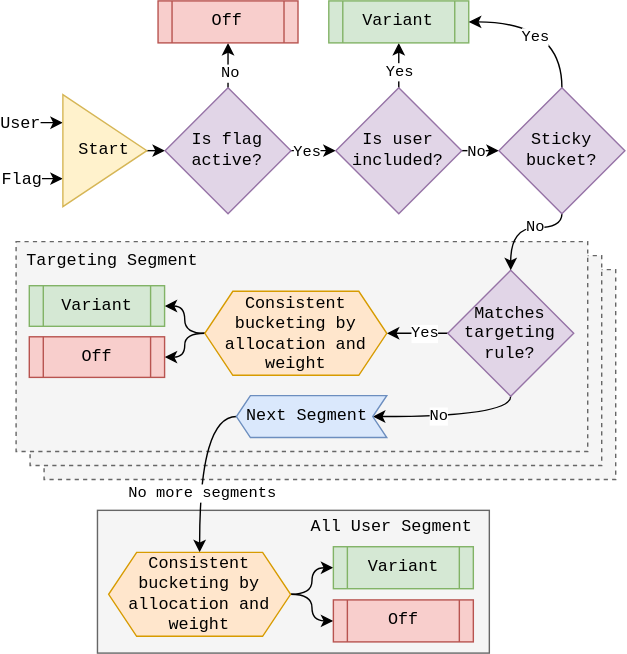
Before: docs/assets/images/experiment/evaluation-implementation.drawio.svg, a diagram exported from draw.io (Amplitude-Developer-Docs/amplitude-dev-center). Source tidied: cells renumbered, new cells last; positions are measured from the earlier drawing's top-left corner, leaving out a move shared by most shapes.
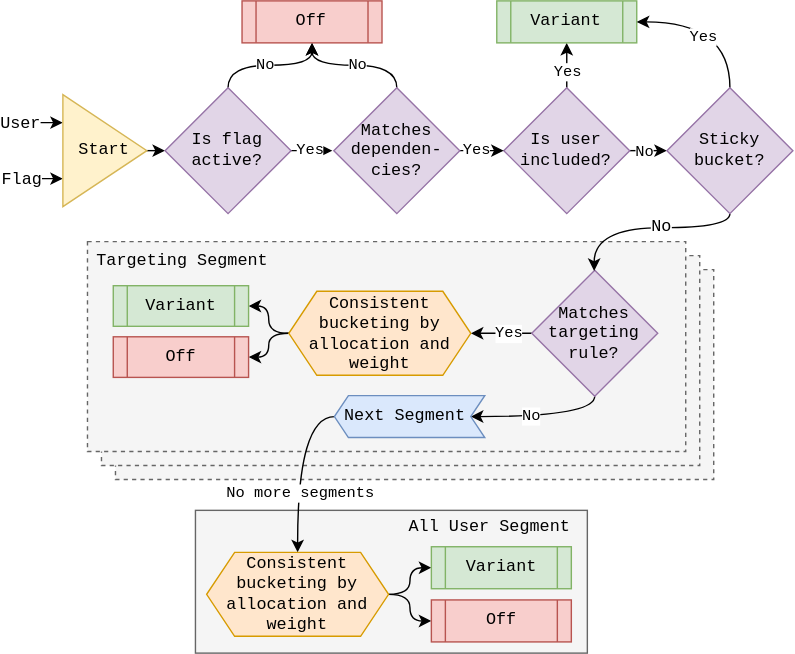
Above is the later version.

Change to the diagram source:
```diff
@@ -3,25 +3,25 @@
     <mxCell id="0" />
     <mxCell id="1" parent="0" />
     <mxCell id="2" style="rounded=0;whiteSpace=wrap;html=1;fontFamily=Courier New;fillColor=#f5f5f5;fontColor=#333333;strokeColor=#666666;dashed=1;" parent="1" vertex="1">
-      <mxGeometry x="24" y="192" width="408.4" height="150" as="geometry" />
+      <mxGeometry x="-45" y="192" width="427.4" height="150" as="geometry" />
     </mxCell>
     <mxCell id="3" style="rounded=0;whiteSpace=wrap;html=1;fontFamily=Courier New;fillColor=#f5f5f5;fontColor=#333333;strokeColor=#666666;dashed=1;" parent="1" vertex="1">
-      <mxGeometry x="14" y="182" width="408.4" height="150" as="geometry" />
+      <mxGeometry x="-55" y="182" width="427.4" height="150" as="geometry" />
     </mxCell>
     <mxCell id="4" style="rounded=0;whiteSpace=wrap;html=1;fontFamily=Courier New;fillColor=#f5f5f5;fontColor=#333333;strokeColor=#666666;dashed=1;" parent="1" vertex="1">
-      <mxGeometry x="4" y="172" width="408.4" height="150" as="geometry" />
+      <mxGeometry x="-65" y="172" width="427.4" height="150" as="geometry" />
     </mxCell>
     <mxCell id="5" style="rounded=0;whiteSpace=wrap;html=1;fontFamily=Courier New;fillColor=#f5f5f5;fontColor=#333333;strokeColor=#666666;" parent="1" vertex="1">
-      <mxGeometry x="62.1" y="364" width="280" height="102" as="geometry" />
+      <mxGeometry x="12.1" y="364" width="280" height="102" as="geometry" />
     </mxCell>
     <mxCell id="6" style="edgeStyle=none;html=1;exitX=1;exitY=0.5;exitDx=0;exitDy=0;entryX=0;entryY=0.5;entryDx=0;entryDy=0;fontFamily=Courier New;" parent="1" edge="1" target="16">
       <mxGeometry relative="1" as="geometry">
-        <mxPoint x="90.4" y="107" as="sourcePoint" />
+        <mxPoint x="-29.6" y="107" as="sourcePoint" />
       </mxGeometry>
     </mxCell>
     <mxCell id="7" style="edgeStyle=orthogonalEdgeStyle;curved=1;html=1;exitX=0;exitY=0.25;exitDx=0;exitDy=0;fontFamily=Courier New;fontSize=12;startArrow=classic;startFill=1;endArrow=none;endFill=0;" parent="1" edge="1" source="11">
       <mxGeometry relative="1" as="geometry">
-        <mxPoint y="87" as="targetPoint" />
+        <mxPoint x="-120" y="87" as="targetPoint" />
       </mxGeometry>
     </mxCell>
     <mxCell id="8" value="User" style="edgeLabel;html=1;align=center;verticalAlign=middle;fontSize=12;fontFamily=Courier New;" parent="7" vertex="1">
@@ -31,7 +31,7 @@
     </mxCell>
     <mxCell id="9" style="edgeStyle=orthogonalEdgeStyle;curved=1;html=1;exitX=0;exitY=0.75;exitDx=0;exitDy=0;fontFamily=Courier New;fontSize=12;startArrow=classic;startFill=1;endArrow=none;endFill=0;" parent="1" edge="1" source="11">
       <mxGeometry relative="1" as="geometry">
-        <mxPoint y="127" as="targetPoint" />
+        <mxPoint x="-120" y="127" as="targetPoint" />
       </mxGeometry>
     </mxCell>
     <mxCell id="10" value="Flag" style="edgeLabel;html=1;align=center;verticalAlign=middle;fontSize=12;fontFamily=Courier New;" parent="9" vertex="1">
@@ -40,27 +40,27 @@
       </mxGeometry>
     </mxCell>
     <mxCell id="11" value="Start&amp;nbsp;" style="triangle;whiteSpace=wrap;html=1;fontFamily=Courier New;fillColor=#fff2cc;strokeColor=#d6b656;" parent="1" vertex="1">
-      <mxGeometry x="37.4" y="67" width="60" height="80" as="geometry" />
+      <mxGeometry x="-82.6" y="67" width="60" height="80" as="geometry" />
     </mxCell>
-    <mxCell id="12" style="edgeStyle=none;html=1;fontFamily=Courier New;" parent="1" edge="1" source="16" target="22">
-      <mxGeometry relative="1" as="geometry" />
-    </mxCell>
-    <mxCell id="13" value="Yes" style="edgeLabel;html=1;align=center;verticalAlign=middle;fontFamily=Courier New;" parent="12" vertex="1">
-      <mxGeometry x="-0.04" y="-1" relative="1" as="geometry">
-        <mxPoint x="-4" y="-1" as="offset" />
-      </mxGeometry>
-    </mxCell>
     <mxCell id="14" style="edgeStyle=orthogonalEdgeStyle;curved=1;html=1;exitX=0.5;exitY=0;exitDx=0;exitDy=0;entryX=0.5;entryY=1;entryDx=0;entryDy=0;fontFamily=Courier New;" parent="1" edge="1" source="16" target="17">
       <mxGeometry relative="1" as="geometry" />
     </mxCell>
     <mxCell id="15" value="No" style="edgeLabel;html=1;align=center;verticalAlign=middle;fontFamily=Courier New;" parent="14" vertex="1">
-      <mxGeometry x="-0.32" y="-1" relative="1" as="geometry" />
+      <mxGeometry x="-0.32" y="-1" relative="1" as="geometry">
+        <mxPoint x="11" y="-2" as="offset" />
+      </mxGeometry>
     </mxCell>
+    <mxCell id="49" value="&lt;font face=&quot;Courier New&quot;&gt;Yes&lt;/font&gt;" style="edgeStyle=none;html=1;" parent="1" edge="1">
+      <mxGeometry relative="1" as="geometry">
+        <mxPoint x="79.4" y="107" as="sourcePoint" />
+        <mxPoint x="110" y="107" as="targetPoint" />
+      </mxGeometry>
+    </mxCell>
     <mxCell id="16" value="Is flag active?" style="rhombus;whiteSpace=wrap;html=1;fontFamily=Courier New;fillColor=#e1d5e7;strokeColor=#9673a6;" parent="1" vertex="1">
-      <mxGeometry x="110.4" y="62" width="90" height="90" as="geometry" />
+      <mxGeometry x="-9.6" y="62" width="90" height="90" as="geometry" />
     </mxCell>
     <mxCell id="17" value="Off" style="shape=process;whiteSpace=wrap;html=1;backgroundOutline=1;fontFamily=Courier New;fillColor=#f8cecc;strokeColor=#b85450;" parent="1" vertex="1">
-      <mxGeometry x="105.4" width="100" height="30" as="geometry" />
+      <mxGeometry x="45.4" width="100" height="30" as="geometry" />
     </mxCell>
     <mxCell id="18" style="edgeStyle=orthogonalEdgeStyle;curved=1;html=1;exitX=0.5;exitY=0;exitDx=0;exitDy=0;entryX=0.5;entryY=1;entryDx=0;entryDy=0;fontFamily=Courier New;" parent="1" edge="1" source="22" target="23">
       <mxGeometry relative="1" as="geometry" />
@@ -97,7 +97,7 @@
       <mxGeometry x="-0.21" relative="1" as="geometry" />
     </mxCell>
     <mxCell id="28" value="&amp;nbsp;Matches&lt;br&gt;targeting rule?" style="rhombus;whiteSpace=wrap;html=1;fontFamily=Courier New;fillColor=#e1d5e7;strokeColor=#9673a6;" parent="1" vertex="1">
-      <mxGeometry x="312.4" y="192.5" width="90" height="90" as="geometry" />
+      <mxGeometry x="252.4" y="192.5" width="90" height="90" as="geometry" />
     </mxCell>
     <mxCell id="29" style="edgeStyle=orthogonalEdgeStyle;curved=1;html=1;exitX=0;exitY=0.5;exitDx=0;exitDy=0;entryX=1;entryY=0.5;entryDx=0;entryDy=0;fontFamily=Courier New;fontColor=none;" parent="1" edge="1" source="31" target="32">
       <mxGeometry relative="1" as="geometry" />
@@ -106,10 +106,10 @@
       <mxGeometry relative="1" as="geometry" />
     </mxCell>
     <mxCell id="31" value="Consistent bucketing by allocation and weight" style="shape=hexagon;perimeter=hexagonPerimeter2;whiteSpace=wrap;html=1;fixedSize=1;fontFamily=Courier New;fillColor=#ffe6cc;strokeColor=#d79b00;" parent="1" vertex="1">
-      <mxGeometry x="138.9" y="207.5" width="130" height="60" as="geometry" />
+      <mxGeometry x="78.9" y="207.5" width="130" height="60" as="geometry" />
     </mxCell>
     <mxCell id="32" value="Variant" style="shape=process;whiteSpace=wrap;html=1;backgroundOutline=1;fontFamily=Courier New;fillColor=#d5e8d4;strokeColor=#82b366;" parent="1" vertex="1">
-      <mxGeometry x="13.4" y="203.5" width="96.7" height="29" as="geometry" />
+      <mxGeometry x="-46.6" y="203.5" width="96.7" height="29" as="geometry" />
     </mxCell>
     <mxCell id="33" style="edgeStyle=orthogonalEdgeStyle;curved=1;html=1;exitX=1;exitY=0.5;exitDx=0;exitDy=0;entryX=0;entryY=0.5;entryDx=0;entryDy=0;fontFamily=Courier New;" parent="1" edge="1" source="48" target="35">
       <mxGeometry relative="1" as="geometry" />
@@ -118,10 +118,10 @@
       <mxGeometry relative="1" as="geometry" />
     </mxCell>
     <mxCell id="35" value="Variant" style="shape=process;whiteSpace=wrap;html=1;backgroundOutline=1;fontFamily=Courier New;fillColor=#d5e8d4;strokeColor=#82b366;" parent="1" vertex="1">
-      <mxGeometry x="230.7" y="390" width="100" height="30" as="geometry" />
+      <mxGeometry x="180.7" y="390" width="100" height="30" as="geometry" />
     </mxCell>
     <mxCell id="36" value="Off" style="shape=process;whiteSpace=wrap;html=1;backgroundOutline=1;fontFamily=Courier New;fillColor=#f8cecc;strokeColor=#b85450;" parent="1" vertex="1">
-      <mxGeometry x="230.7" y="428" width="100" height="30" as="geometry" />
+      <mxGeometry x="180.7" y="428" width="100" height="30" as="geometry" />
     </mxCell>
     <mxCell id="37" style="edgeStyle=orthogonalEdgeStyle;curved=1;html=1;exitX=1;exitY=0.5;exitDx=0;exitDy=0;exitPerimeter=0;fontFamily=Courier New;fontColor=none;entryX=0.5;entryY=0;entryDx=0;entryDy=0;" parent="1" edge="1" source="39" target="48">
       <mxGeometry relative="1" as="geometry" />
@@ -132,19 +132,19 @@
       </mxGeometry>
     </mxCell>
     <mxCell id="39" style="html=1;shadow=0;dashed=0;align=center;verticalAlign=middle;shape=mxgraph.arrows2.arrow;dy=0;dx=10;notch=10;fontFamily=Courier New;rotation=-180;fillColor=#dae8fc;strokeColor=#6c8ebf;" parent="1" vertex="1">
-      <mxGeometry x="161.4" y="282" width="107.4" height="30" as="geometry" />
+      <mxGeometry x="111.4" y="282" width="107.4" height="30" as="geometry" />
     </mxCell>
     <mxCell id="40" value="Next Segment" style="text;html=1;strokeColor=none;fillColor=none;align=center;verticalAlign=middle;whiteSpace=wrap;rounded=0;fontFamily=Courier New;fontColor=none;" parent="1" vertex="1">
-      <mxGeometry x="167.4" y="282" width="90" height="30" as="geometry" />
+      <mxGeometry x="117.4" y="282" width="90" height="30" as="geometry" />
     </mxCell>
     <mxCell id="41" value="Off" style="shape=process;whiteSpace=wrap;html=1;backgroundOutline=1;fontFamily=Courier New;fillColor=#f8cecc;strokeColor=#b85450;" parent="1" vertex="1">
-      <mxGeometry x="13.4" y="240" width="96.7" height="29" as="geometry" />
+      <mxGeometry x="-46.6" y="240" width="96.7" height="29" as="geometry" />
     </mxCell>
     <mxCell id="42" value="Targeting Segment" style="text;html=1;strokeColor=none;fillColor=none;align=center;verticalAlign=middle;whiteSpace=wrap;rounded=0;fontFamily=Courier New;fontColor=none;" parent="1" vertex="1">
-      <mxGeometry x="3.4" y="171" width="140" height="30" as="geometry" />
+      <mxGeometry x="-66.6" y="171" width="140" height="30" as="geometry" />
     </mxCell>
     <mxCell id="43" value="All User Segment" style="text;html=1;strokeColor=none;fillColor=none;align=center;verticalAlign=middle;whiteSpace=wrap;rounded=0;fontFamily=Courier New;fontColor=none;" parent="1" vertex="1">
-      <mxGeometry x="198.9" y="361" width="146.7" height="30" as="geometry" />
+      <mxGeometry x="148.9" y="361" width="146.7" height="30" as="geometry" />
     </mxCell>
     <mxCell id="44" style="edgeStyle=orthogonalEdgeStyle;curved=1;html=1;exitX=0.5;exitY=0;exitDx=0;exitDy=0;entryX=1;entryY=0.5;entryDx=0;entryDy=0;fontFamily=Courier New;fontColor=none;" parent="1" edge="1" source="47" target="23">
       <mxGeometry relative="1" as="geometry" />
@@ -152,19 +152,37 @@
     <mxCell id="45" value="Yes" style="edgeLabel;html=1;align=center;verticalAlign=middle;fontFamily=Courier New;fontColor=none;" parent="44" vertex="1">
       <mxGeometry x="0.18" y="10" relative="1" as="geometry" />
     </mxCell>
-    <mxCell id="46" value="No" style="edgeStyle=orthogonalEdgeStyle;curved=1;html=1;exitX=0.5;exitY=1;exitDx=0;exitDy=0;entryX=0.5;entryY=0;entryDx=0;entryDy=0;fontFamily=Courier New;fontColor=none;" parent="1" edge="1" source="47" target="28">
-      <mxGeometry x="-0.25" relative="1" as="geometry">
-        <Array as="points">
-          <mxPoint x="394" y="162" />
-          <mxPoint x="357" y="162" />
-        </Array>
-      </mxGeometry>
-    </mxCell>
+    <mxCell id="50" value="&lt;font style=&quot;font-size: 12px;&quot;&gt;No&lt;/font&gt;" style="edgeStyle=orthogonalEdgeStyle;curved=1;html=1;exitX=0.5;exitY=1;exitDx=0;exitDy=0;fontFamily=Courier New;fontSize=9;" parent="1" edge="1" source="47">
+      <mxGeometry x="-0.14" relative="1" as="geometry">
+        <mxPoint x="297" y="193" as="targetPoint" />
+        <Array as="points">
+          <mxPoint x="394" y="162" />
+          <mxPoint x="297" y="162" />
+        </Array>
+      </mxGeometry>
+    </mxCell>
     <mxCell id="47" value="Sticky bucket?" style="rhombus;whiteSpace=wrap;html=1;fontFamily=Courier New;fillColor=#e1d5e7;strokeColor=#9673a6;" parent="1" vertex="1">
       <mxGeometry x="349" y="62" width="90" height="90" as="geometry" />
     </mxCell>
     <mxCell id="48" value="Consistent bucketing by allocation and weight" style="shape=hexagon;perimeter=hexagonPerimeter2;whiteSpace=wrap;html=1;fixedSize=1;fontFamily=Courier New;fillColor=#ffe6cc;strokeColor=#d79b00;" parent="1" vertex="1">
-      <mxGeometry x="70.1" y="394" width="130" height="60" as="geometry" />
+      <mxGeometry x="20.1" y="394" width="130" height="60" as="geometry" />
     </mxCell>
+    <mxCell id="51" style="edgeStyle=none;html=1;" parent="1" edge="1" source="54" target="22">
+      <mxGeometry relative="1" as="geometry" />
+    </mxCell>
+    <mxCell id="13" value="Yes" style="edgeLabel;html=1;align=center;verticalAlign=middle;fontFamily=Courier New;" parent="51" vertex="1">
+      <mxGeometry x="-0.28" y="1" relative="1" as="geometry" />
+    </mxCell>
+    <mxCell id="52" style="edgeStyle=orthogonalEdgeStyle;html=1;exitX=0.5;exitY=0;exitDx=0;exitDy=0;entryX=0.5;entryY=1;entryDx=0;entryDy=0;curved=1;" parent="1" edge="1" source="54" target="17">
+      <mxGeometry relative="1" as="geometry" />
+    </mxCell>
+    <mxCell id="53" value="No" style="edgeLabel;html=1;align=center;verticalAlign=middle;fontFamily=Courier New;" parent="52" vertex="1">
+      <mxGeometry x="-0.01" y="1" relative="1" as="geometry">
+        <mxPoint x="1" y="-2" as="offset" />
+      </mxGeometry>
+    </mxCell>
+    <mxCell id="54" value="Matches&lt;br&gt;dependen-cies?" style="rhombus;whiteSpace=wrap;html=1;fontFamily=Courier New;fillColor=#e1d5e7;strokeColor=#9673a6;" parent="1" vertex="1">
+      <mxGeometry x="111" y="62" width="90" height="90" as="geometry" />
+    </mxCell>
   </root>
 </mxGraphModel>
```
